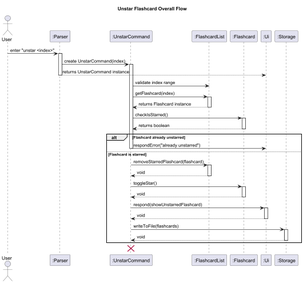
Above: docs/images/UnstarFlashcardFeature_Overall.png in ashutoshalung/tp (PlantUML), before the change.
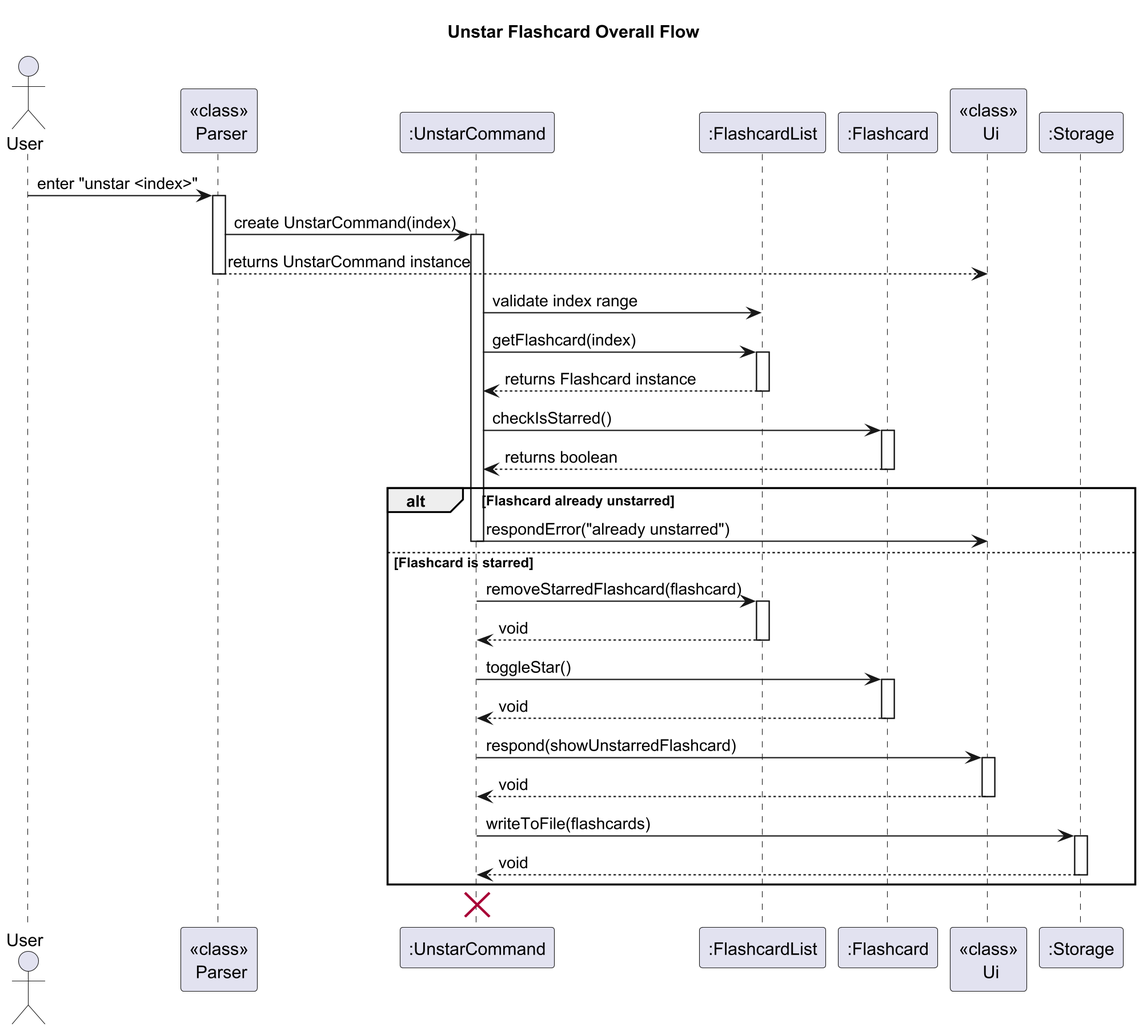
After the change.

What changed in the source:
```diff
@@ -1,12 +1,14 @@
 @startuml
 title Unstar Flashcard Overall Flow
 
+skinparam dpi 300
+
 actor User
-participant ":Parser" as parser
+participant "<<class>>\n Parser" as parser
 participant ":UnstarCommand" as unstarCommand
 participant ":FlashcardList" as flashcardList
 participant ":Flashcard" as flashcard
-participant ":Ui" as ui
+participant "<<class>>\n Ui" as ui
 participant ":Storage" as storage
 
 User -> parser : enter "unstar <index>"
@@ -28,28 +30,29 @@
 deactivate flashcard
 
 alt Flashcard already unstarred
-    unstarCommand -> ui : respondError("already unstarred")
-    deactivate unstarCommand
+unstarCommand -> ui : respondError("already unstarred")
+deactivate unstarCommand
 else Flashcard is starred
-    unstarCommand -> flashcardList : removeStarredFlashcard(flashcard)
-    activate flashcardList
-    flashcardList --> unstarCommand : void
-    deactivate flashcardList
+unstarCommand -> flashcardList : removeStarredFlashcard(flashcard)
+activate flashcardList
+flashcardList --> unstarCommand : void
+deactivate flashcardList
 
-    unstarCommand -> flashcard : toggleStar()
-    activate flashcard
-    flashcard --> unstarCommand : void
-    deactivate flashcard
+unstarCommand -> flashcard : toggleStar()
+activate flashcard
+flashcard --> unstarCommand : void
+deactivate flashcard
 
-    unstarCommand -> ui : respond(showUnstarredFlashcard)
-    activate ui
-    ui --> unstarCommand : void
-    deactivate ui
+unstarCommand -> ui : respond(showUnstarredFlashcard)
+activate ui
+ui --> unstarCommand : void
+deactivate ui
 
-    unstarCommand -> storage : writeToFile(flashcards)
-    activate storage
-    storage --> unstarCommand : void
-    deactivate storage
+unstarCommand -> storage : writeToFile(flashcards)
+activate storage
+storage --> unstarCommand : void
+deactivate storage
+
 end
 
 destroy unstarCommand
```
